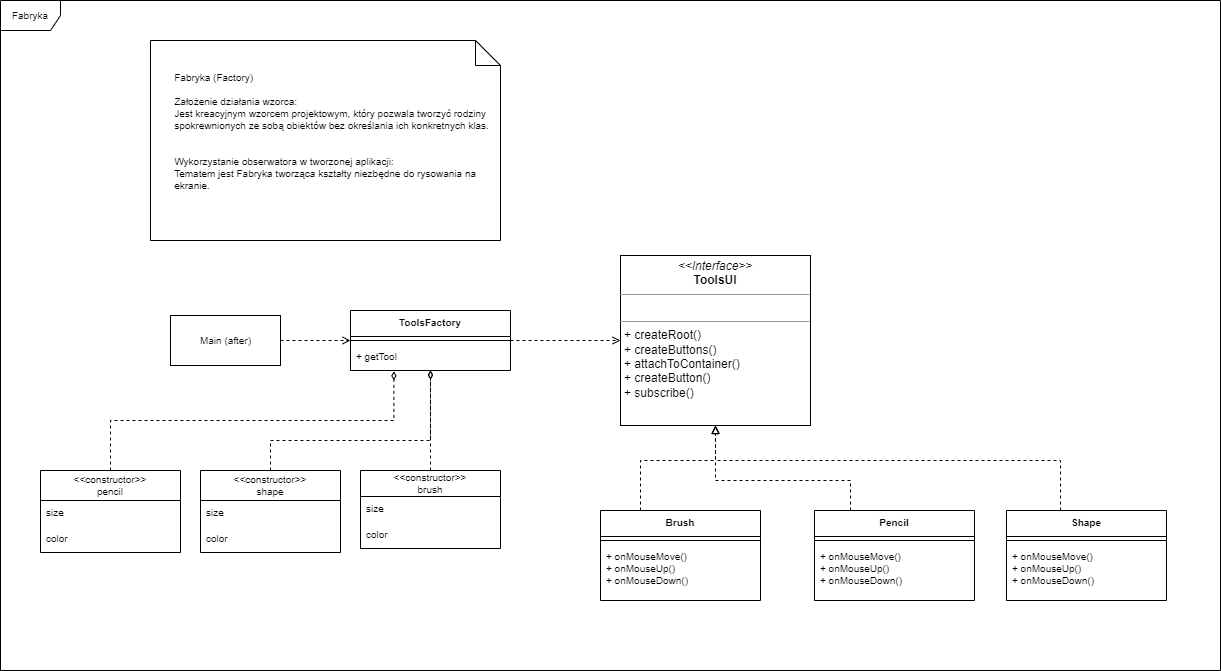
This is Untitled Diagram-Fabryka.drawio.png from aleksandra0291/wzorce, a draw.io export, as it was before one commit. Source tidied: cells renumbered, new cells last; positions are measured from the earlier drawing's top-left corner, leaving out a move shared by most shapes.
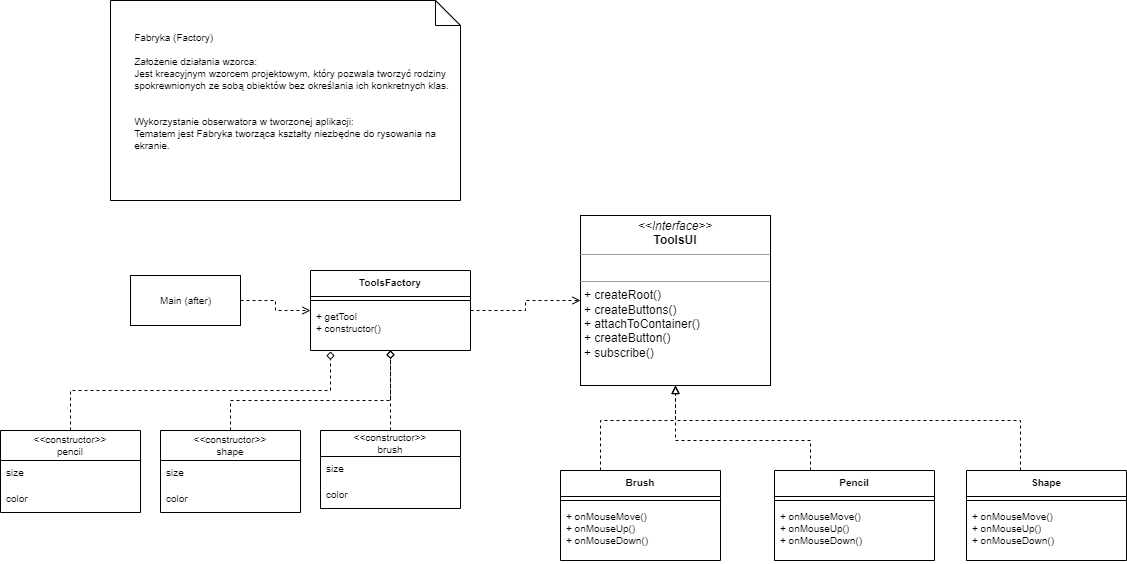
Later version of the same file.

The edit, as a diff of the source:
```diff
@@ -2,9 +2,6 @@
   <root>
     <mxCell id="0" />
     <mxCell id="1" parent="0" />
-    <mxCell id="2" value="&lt;font style=&quot;font-size: 10px;&quot;&gt;Fabryka&lt;/font&gt;" style="shape=umlFrame;whiteSpace=wrap;html=1;" parent="1" vertex="1">
-      <mxGeometry width="1220" height="670" as="geometry" />
-    </mxCell>
     <mxCell id="3" value="&lt;span style=&quot;white-space: pre;&quot;&gt;&#9;&lt;/span&gt;Fabryka (Factory)&lt;br&gt;&lt;br&gt;&lt;span style=&quot;white-space: pre;&quot;&gt;&#9;&lt;/span&gt;Założenie działania wzorca:&amp;nbsp;&lt;br&gt;&lt;span style=&quot;white-space: pre;&quot;&gt;&#9;&lt;/span&gt;Jest kreacyjnym wzorcem projektowym, który pozwala tworzyć rodziny &lt;span style=&quot;white-space: pre;&quot;&gt;&#9;&lt;/span&gt;spokrewnionych ze sobą obiektów bez określania ich konkretnych klas.&amp;nbsp;&lt;br&gt;&lt;span style=&quot;white-space: pre;&quot;&gt;&#9;&lt;/span&gt;&lt;br&gt;&lt;br&gt;&lt;span style=&quot;white-space: pre;&quot;&gt;&#9;&lt;/span&gt;Wykorzystanie obserwatora w tworzonej aplikacji:&lt;br&gt;&lt;span style=&quot;white-space: pre;&quot;&gt;&#9;&lt;/span&gt;Tematem jest Fabryka tworząca kształty niezbędne do rysowania na &lt;span style=&quot;white-space: pre;&quot;&gt;&#9;&lt;/span&gt;ekranie.&amp;nbsp;" style="shape=note2;boundedLbl=1;whiteSpace=wrap;html=1;size=25;verticalAlign=top;align=left;fontSize=10;" parent="1" vertex="1">
       <mxGeometry x="150" y="40" width="350" height="200" as="geometry" />
     </mxCell>
@@ -12,13 +9,13 @@
       <mxGeometry relative="1" as="geometry" />
     </mxCell>
     <mxCell id="5" value="ToolsFactory" style="swimlane;fontStyle=1;align=center;verticalAlign=top;horizontal=1;startSize=26;fontSize=10;" parent="1" vertex="1">
-      <mxGeometry x="350" y="310" width="160" height="60" as="geometry" />
+      <mxGeometry x="350" y="310" width="160" height="80" as="geometry" />
     </mxCell>
     <mxCell id="6" style="line;strokeWidth=1;fillColor=none;align=left;verticalAlign=middle;spacingTop=-1;spacingLeft=3;spacingRight=3;labelPosition=right;fontSize=10;" parent="5" vertex="1">
       <mxGeometry y="26" width="160" height="8" as="geometry" />
     </mxCell>
-    <mxCell id="7" value="+ getTool" style="text;strokeColor=none;fillColor=none;align=left;verticalAlign=top;spacingLeft=4;spacingRight=4;overflow=hidden;points=[[0,0.5],[1,0.5]];portConstraint=eastwest;fontSize=10;" parent="5" vertex="1">
-      <mxGeometry y="34" width="160" height="26" as="geometry" />
+    <mxCell id="7" value="+ getTool&#10;+ constructor()" style="text;strokeColor=none;fillColor=none;align=left;verticalAlign=top;spacingLeft=4;spacingRight=4;overflow=hidden;points=[[0,0.5],[1,0.5]];portConstraint=eastwest;fontSize=10;" parent="5" vertex="1">
+      <mxGeometry y="34" width="160" height="46" as="geometry" />
     </mxCell>
     <mxCell id="8" style="edgeStyle=orthogonalEdgeStyle;rounded=0;jettySize=auto;html=1;entryX=0;entryY=0.5;entryDx=0;entryDy=0;fontSize=10;dashed=1;endArrow=open;endFill=0;" parent="1" edge="1" source="9" target="5">
       <mxGeometry relative="1" as="geometry" />
@@ -80,7 +77,7 @@
     <mxCell id="22" value="+ onMouseMove()&#10;+ onMouseUp()&#10;+ onMouseDown()" style="text;strokeColor=none;fillColor=none;align=left;verticalAlign=top;spacingLeft=4;spacingRight=4;overflow=hidden;fontSize=10;" parent="20" vertex="1">
       <mxGeometry y="34" width="160" height="56" as="geometry" />
     </mxCell>
-    <mxCell id="23" style="edgeStyle=orthogonalEdgeStyle;rounded=0;jettySize=auto;html=1;entryX=0.5;entryY=1;entryDx=0;entryDy=0;entryPerimeter=0;dashed=1;fontSize=10;endArrow=diamondThin;endFill=0;" parent="1" edge="1" source="24" target="7">
+    <mxCell id="23" style="edgeStyle=orthogonalEdgeStyle;rounded=0;jettySize=auto;html=1;entryX=0.5;entryY=1;entryDx=0;entryDy=0;entryPerimeter=0;dashed=1;fontSize=10;endArrow=diamond;endFill=0;" parent="1" edge="1" source="24" target="7">
       <mxGeometry relative="1" as="geometry" />
     </mxCell>
     <mxCell id="24" value="&lt;&lt;constructor&gt;&gt;&#10;brush" style="swimlane;fontStyle=0;horizontal=1;startSize=26;fillColor=none;fontSize=10;" parent="1" vertex="1">
@@ -92,9 +89,9 @@
     <mxCell id="26" value="color" style="text;strokeColor=none;fillColor=none;align=left;verticalAlign=top;spacingLeft=4;spacingRight=4;overflow=hidden;fontSize=10;" parent="24" vertex="1">
       <mxGeometry y="52" width="140" height="26" as="geometry" />
     </mxCell>
-    <mxCell id="27" style="edgeStyle=orthogonalEdgeStyle;rounded=0;jettySize=auto;html=1;dashed=1;fontSize=10;endArrow=diamondThin;endFill=0;" parent="1" edge="1" source="28">
+    <mxCell id="27" style="edgeStyle=orthogonalEdgeStyle;rounded=0;jettySize=auto;html=1;dashed=1;fontSize=10;endArrow=diamond;endFill=0;" parent="1" edge="1" source="28">
       <mxGeometry relative="1" as="geometry">
-        <mxPoint x="430" y="370" as="targetPoint" />
+        <mxPoint x="430" y="390" as="targetPoint" />
         <Array as="points">
           <mxPoint x="270" y="440" />
           <mxPoint x="430" y="440" />
@@ -110,7 +107,7 @@
     <mxCell id="30" value="color" style="text;strokeColor=none;fillColor=none;align=left;verticalAlign=top;spacingLeft=4;spacingRight=4;overflow=hidden;fontSize=10;" parent="28" vertex="1">
       <mxGeometry y="56" width="140" height="26" as="geometry" />
     </mxCell>
-    <mxCell id="31" style="edgeStyle=orthogonalEdgeStyle;rounded=0;jettySize=auto;html=1;entryX=0.271;entryY=1.031;entryDx=0;entryDy=0;entryPerimeter=0;dashed=1;fontSize=10;endArrow=diamondThin;endFill=0;" parent="1" edge="1" source="32" target="7">
+    <mxCell id="31" style="edgeStyle=orthogonalEdgeStyle;rounded=0;jettySize=auto;html=1;entryX=0.125;entryY=1.022;entryDx=0;entryDy=0;entryPerimeter=0;fontSize=10;endArrow=diamond;endFill=0;dashed=1;" parent="1" edge="1" source="32" target="7">
       <mxGeometry relative="1" as="geometry" />
     </mxCell>
     <mxCell id="32" value="&lt;&lt;constructor&gt;&gt;&#10;pencil" style="swimlane;fontStyle=0;horizontal=1;startSize=30;fillColor=none;fontSize=10;" parent="1" vertex="1">
```
